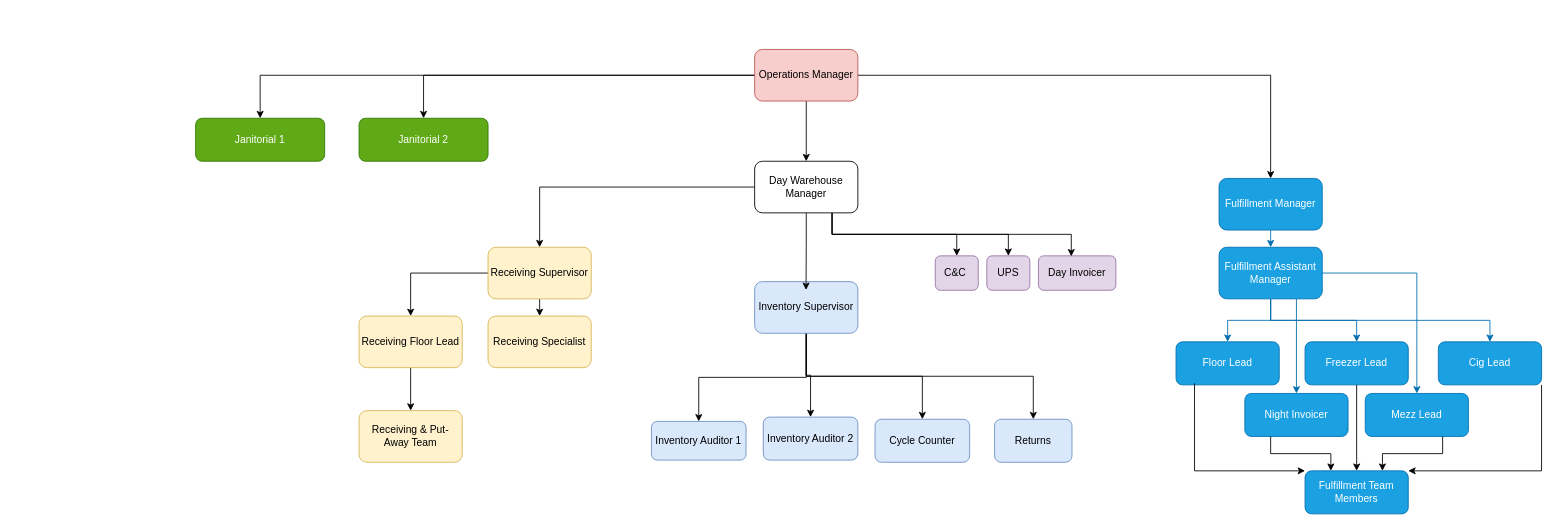
Above: page "MT WH" (3 of 3) of Untitled Diagram.drawio in GpBrenden/MyCharts (draw.io), before the change. Source tidied: cells renumbered, new cells numbered last; positions are measured from the earlier drawing's top-left corner, leaving out a move shared by most shapes. Both pictures are drawn from the tidied source at 86%, with x=0, y=0 at pixel (195, 49).
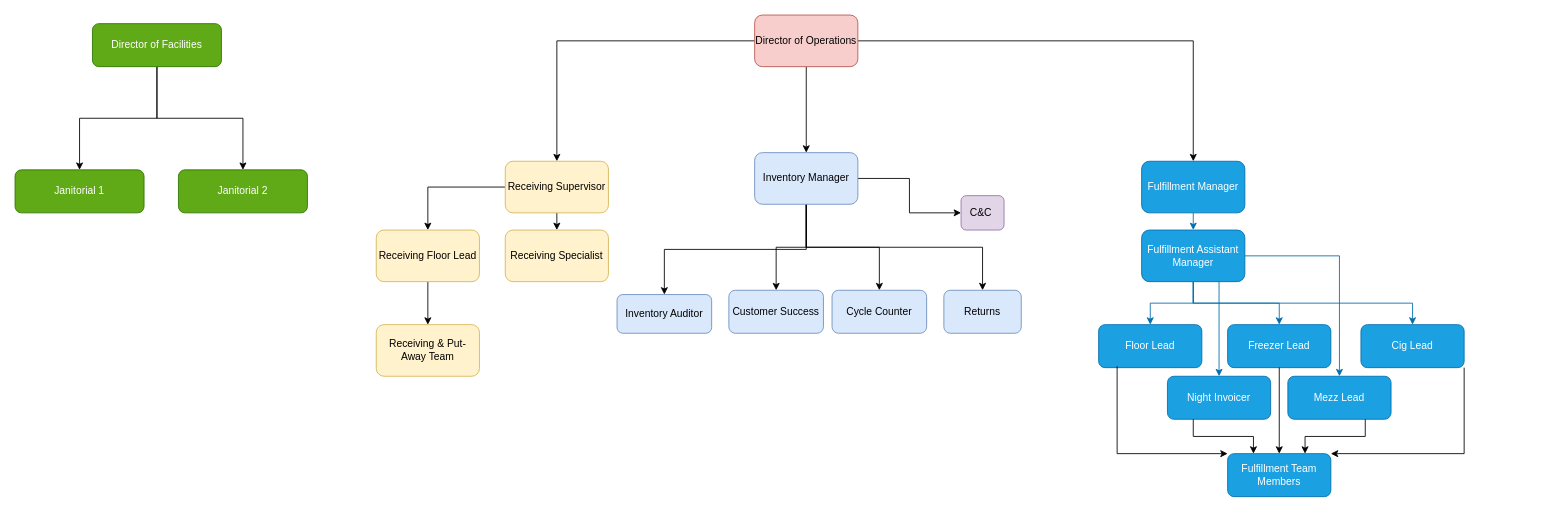
After the change.

Diff of the diagram source:
```diff
@@
-    <mxCell id="2" style="edgeStyle=orthogonalEdgeStyle;rounded=0;jettySize=auto;html=1;exitX=0.5;exitY=1;exitDx=0;exitDy=0;entryX=0.5;entryY=0;entryDx=0;entryDy=0;" parent="1" edge="1" source="6" target="10">
-      <mxGeometry relative="1" as="geometry" />
-    </mxCell>
@@
-    <mxCell id="4" style="edgeStyle=orthogonalEdgeStyle;rounded=0;jettySize=auto;html=1;exitX=0;exitY=0.5;exitDx=0;exitDy=0;" parent="1" edge="1" source="6" target="33">
-      <mxGeometry relative="1" as="geometry" />
-    </mxCell>
-    <mxCell id="5" style="edgeStyle=orthogonalEdgeStyle;rounded=0;jettySize=auto;html=1;exitX=0;exitY=0.5;exitDx=0;exitDy=0;" parent="1" edge="1" source="6" target="45">
-      <mxGeometry relative="1" as="geometry" />
-    </mxCell>
+    <mxCell id="53" style="edgeStyle=orthogonalEdgeStyle;rounded=0;jettySize=auto;html=1;exitX=0;exitY=0.5;exitDx=0;exitDy=0;" parent="1" edge="1" source="6" target="13">
+      <mxGeometry relative="1" as="geometry" />
+    </mxCell>
+    <mxCell id="54" style="edgeStyle=orthogonalEdgeStyle;rounded=0;jettySize=auto;html=1;exitX=0.5;exitY=1;exitDx=0;exitDy=0;entryX=0.5;entryY=0;entryDx=0;entryDy=0;" parent="1" edge="1" source="6" target="18">
+      <mxGeometry relative="1" as="geometry" />
+    </mxCell>
-    <mxCell id="6" value="Operations Manager" style="rounded=1;whiteSpace=wrap;html=1;fillColor=#f8cecc;strokeColor=#b85450;" parent="1" vertex="1">
-      <mxGeometry x="650" width="120" height="60" as="geometry" />
+    <mxCell id="6" value="Director of Operations" style="rounded=1;whiteSpace=wrap;html=1;fillColor=#f8cecc;strokeColor=#b85450;" parent="1" vertex="1">
+      <mxGeometry x="650" y="-40" width="120" height="60" as="geometry" />
     </mxCell>
-    <mxCell id="7" style="edgeStyle=orthogonalEdgeStyle;rounded=0;jettySize=auto;html=1;exitX=0;exitY=0.5;exitDx=0;exitDy=0;entryX=0.5;entryY=0;entryDx=0;entryDy=0;" parent="1" edge="1" source="10" target="13">
-      <mxGeometry relative="1" as="geometry" />
-    </mxCell>
-    <mxCell id="8" style="edgeStyle=orthogonalEdgeStyle;rounded=0;jettySize=auto;html=1;exitX=0.75;exitY=1;exitDx=0;exitDy=0;entryX=0.5;entryY=0;entryDx=0;entryDy=0;" parent="1" edge="1" source="10" target="30">
-      <mxGeometry relative="1" as="geometry" />
-    </mxCell>
-    <mxCell id="9" style="edgeStyle=orthogonalEdgeStyle;rounded=0;jettySize=auto;html=1;exitX=0.75;exitY=1;exitDx=0;exitDy=0;entryX=0.5;entryY=0;entryDx=0;entryDy=0;" parent="1" edge="1" source="10" target="19">
-      <mxGeometry relative="1" as="geometry" />
-    </mxCell>
-    <mxCell id="10" value="Day Warehouse Manager" style="rounded=1;whiteSpace=wrap;html=1;" parent="1" vertex="1">
-      <mxGeometry x="650" y="130" width="120" height="60" as="geometry" />
-    </mxCell>
@@
     <mxCell id="13" value="Receiving Supervisor" style="rounded=1;whiteSpace=wrap;html=1;fillColor=#fff2cc;strokeColor=#d6b656;" parent="1" vertex="1">
-      <mxGeometry x="340" y="230" width="120" height="60" as="geometry" />
+      <mxGeometry x="360" y="130" width="120" height="60" as="geometry" />
     </mxCell>
+    <mxCell id="17" style="edgeStyle=orthogonalEdgeStyle;rounded=0;jettySize=auto;html=1;exitX=0.5;exitY=1;exitDx=0;exitDy=0;entryX=0.5;entryY=0;entryDx=0;entryDy=0;" parent="1" edge="1" source="18" target="26">
+      <mxGeometry relative="1" as="geometry" />
+    </mxCell>
+    <mxCell id="55" style="edgeStyle=orthogonalEdgeStyle;rounded=0;jettySize=auto;html=1;exitX=0.5;exitY=1;exitDx=0;exitDy=0;entryX=0.5;entryY=0;entryDx=0;entryDy=0;" parent="1" edge="1" source="18" target="60">
+      <mxGeometry relative="1" as="geometry" />
+    </mxCell>
+    <mxCell id="15" style="edgeStyle=orthogonalEdgeStyle;rounded=0;jettySize=auto;html=1;exitX=0.5;exitY=1;exitDx=0;exitDy=0;entryX=0.5;entryY=0;entryDx=0;entryDy=0;" parent="1" edge="1" source="18" target="28">
+      <mxGeometry relative="1" as="geometry" />
+    </mxCell>
@@
-    <mxCell id="15" style="edgeStyle=orthogonalEdgeStyle;rounded=0;jettySize=auto;html=1;exitX=0.5;exitY=1;exitDx=0;exitDy=0;entryX=0.5;entryY=0;entryDx=0;entryDy=0;" parent="1" edge="1" source="18" target="28">
-      <mxGeometry relative="1" as="geometry" />
-    </mxCell>
-    <mxCell id="16" style="edgeStyle=orthogonalEdgeStyle;rounded=0;jettySize=auto;html=1;exitX=0.5;exitY=1;exitDx=0;exitDy=0;entryX=0.5;entryY=0;entryDx=0;entryDy=0;" parent="1" edge="1" source="18" target="27">
-      <mxGeometry relative="1" as="geometry" />
-    </mxCell>
-    <mxCell id="17" style="edgeStyle=orthogonalEdgeStyle;rounded=0;jettySize=auto;html=1;exitX=0.5;exitY=1;exitDx=0;exitDy=0;entryX=0.5;entryY=0;entryDx=0;entryDy=0;" parent="1" edge="1" source="18" target="26">
-      <mxGeometry relative="1" as="geometry" />
-    </mxCell>
+    <mxCell id="56" style="edgeStyle=orthogonalEdgeStyle;rounded=0;jettySize=auto;html=1;exitX=1;exitY=0.5;exitDx=0;exitDy=0;entryX=0;entryY=0.5;entryDx=0;entryDy=0;" parent="1" edge="1" source="18" target="19">
+      <mxGeometry relative="1" as="geometry" />
+    </mxCell>
-    <mxCell id="18" value="Inventory Supervisor" style="rounded=1;whiteSpace=wrap;html=1;fillColor=#dae8fc;strokeColor=#6c8ebf;" parent="1" vertex="1">
-      <mxGeometry x="650" y="270" width="120" height="60" as="geometry" />
+    <mxCell id="18" value="Inventory Manager" style="rounded=1;whiteSpace=wrap;html=1;fillColor=#dae8fc;strokeColor=#6c8ebf;" parent="1" vertex="1">
+      <mxGeometry x="650" y="120" width="120" height="60" as="geometry" />
     </mxCell>
     <mxCell id="19" value="C&amp;amp;C&amp;nbsp;" style="rounded=1;whiteSpace=wrap;html=1;fillColor=#e1d5e7;strokeColor=#9673a6;" parent="1" vertex="1">
-      <mxGeometry x="860" y="240" width="50" height="40" as="geometry" />
+      <mxGeometry x="890" y="170" width="50" height="40" as="geometry" />
     </mxCell>
@@
     <mxCell id="21" value="Fulfillment Manager" style="rounded=1;whiteSpace=wrap;html=1;fillColor=#1ba1e2;fontColor=#ffffff;strokeColor=#006EAF;" parent="1" vertex="1">
-      <mxGeometry x="1190" y="150" width="120" height="60" as="geometry" />
+      <mxGeometry x="1100" y="130" width="120" height="60" as="geometry" />
     </mxCell>
@@
     <mxCell id="23" value="Receiving Floor Lead" style="rounded=1;whiteSpace=wrap;html=1;fillColor=#fff2cc;strokeColor=#d6b656;" parent="1" vertex="1">
-      <mxGeometry x="190" y="310" width="120" height="60" as="geometry" />
+      <mxGeometry x="210" y="210" width="120" height="60" as="geometry" />
     </mxCell>
     <mxCell id="24" value="Receiving Specialist" style="rounded=1;whiteSpace=wrap;html=1;fillColor=#fff2cc;strokeColor=#d6b656;" parent="1" vertex="1">
-      <mxGeometry x="340" y="310" width="120" height="60" as="geometry" />
+      <mxGeometry x="360" y="210" width="120" height="60" as="geometry" />
     </mxCell>
     <mxCell id="25" value="Receiving &amp;amp; Put-Away Team" style="rounded=1;whiteSpace=wrap;html=1;fillColor=#fff2cc;strokeColor=#d6b656;" parent="1" vertex="1">
-      <mxGeometry x="190" y="420" width="120" height="60" as="geometry" />
+      <mxGeometry x="210" y="320" width="120" height="60" as="geometry" />
     </mxCell>
-    <mxCell id="26" value="Inventory Auditor 1" style="rounded=1;whiteSpace=wrap;html=1;fillColor=#dae8fc;strokeColor=#6c8ebf;" parent="1" vertex="1">
-      <mxGeometry x="530" y="432.5" width="110" height="45" as="geometry" />
+    <mxCell id="26" value="Inventory Auditor" style="rounded=1;whiteSpace=wrap;html=1;fillColor=#dae8fc;strokeColor=#6c8ebf;" parent="1" vertex="1">
+      <mxGeometry x="490" y="285" width="110" height="45" as="geometry" />
     </mxCell>
-    <mxCell id="27" value="Inventory Auditor 2" style="rounded=1;whiteSpace=wrap;html=1;fillColor=#dae8fc;strokeColor=#6c8ebf;" parent="1" vertex="1">
-      <mxGeometry x="660" y="427.5" width="110" height="50" as="geometry" />
-    </mxCell>
     <mxCell id="28" value="Cycle Counter" style="rounded=1;whiteSpace=wrap;html=1;fillColor=#dae8fc;strokeColor=#6c8ebf;" parent="1" vertex="1">
-      <mxGeometry x="790" y="430" width="110" height="50" as="geometry" />
+      <mxGeometry x="740" y="280" width="110" height="50" as="geometry" />
     </mxCell>
     <mxCell id="29" value="Returns" style="rounded=1;whiteSpace=wrap;html=1;fillColor=#dae8fc;strokeColor=#6c8ebf;" parent="1" vertex="1">
-      <mxGeometry x="929" y="430" width="90" height="50" as="geometry" />
+      <mxGeometry x="870" y="280" width="90" height="50" as="geometry" />
     </mxCell>
-    <mxCell id="30" value="UPS" style="rounded=1;whiteSpace=wrap;html=1;fillColor=#e1d5e7;strokeColor=#9673a6;" parent="1" vertex="1">
-      <mxGeometry x="920" y="240" width="50" height="40" as="geometry" />
-    </mxCell>
-    <mxCell id="31" value="Day Invoicer" style="rounded=1;whiteSpace=wrap;html=1;fillColor=#e1d5e7;strokeColor=#9673a6;" parent="1" vertex="1">
-      <mxGeometry x="980" y="240" width="90" height="40" as="geometry" />
-    </mxCell>
-    <mxCell id="32" style="edgeStyle=orthogonalEdgeStyle;rounded=0;jettySize=auto;html=1;exitX=0.75;exitY=1;exitDx=0;exitDy=0;entryX=0.424;entryY=0.015;entryDx=0;entryDy=0;entryPerimeter=0;" parent="1" edge="1" source="10" target="31">
-      <mxGeometry relative="1" as="geometry" />
-    </mxCell>
     <mxCell id="33" value="Janitorial 1" style="rounded=1;whiteSpace=wrap;html=1;fillColor=#60a917;fontColor=#ffffff;strokeColor=#2D7600;" parent="1" vertex="1">
-      <mxGeometry y="80" width="150" height="50" as="geometry" />
+      <mxGeometry x="-210" y="140" width="150" height="50" as="geometry" />
     </mxCell>
@@
     <mxCell id="39" value="Fulfillment Assistant Manager" style="rounded=1;whiteSpace=wrap;html=1;fillColor=#1ba1e2;fontColor=#ffffff;strokeColor=#006EAF;" parent="1" vertex="1">
-      <mxGeometry x="1190" y="230" width="120" height="60" as="geometry" />
+      <mxGeometry x="1100" y="210" width="120" height="60" as="geometry" />
     </mxCell>
     <mxCell id="40" value="Freezer Lead" style="rounded=1;whiteSpace=wrap;html=1;fillColor=#1ba1e2;fontColor=#ffffff;strokeColor=#006EAF;" parent="1" vertex="1">
-      <mxGeometry x="1290" y="340" width="120" height="50" as="geometry" />
+      <mxGeometry x="1200" y="320" width="120" height="50" as="geometry" />
     </mxCell>
     <mxCell id="41" value="Night Invoicer" style="rounded=1;whiteSpace=wrap;html=1;fillColor=#1ba1e2;fontColor=#ffffff;strokeColor=#006EAF;" parent="1" vertex="1">
-      <mxGeometry x="1220" y="400" width="120" height="50" as="geometry" />
+      <mxGeometry x="1130" y="380" width="120" height="50" as="geometry" />
     </mxCell>
     <mxCell id="42" value="Cig Lead" style="rounded=1;whiteSpace=wrap;html=1;fillColor=#1ba1e2;fontColor=#ffffff;strokeColor=#006EAF;" parent="1" vertex="1">
-      <mxGeometry x="1445" y="340" width="120" height="50" as="geometry" />
+      <mxGeometry x="1355" y="320" width="120" height="50" as="geometry" />
     </mxCell>
     <mxCell id="43" value="Floor Lead" style="rounded=1;whiteSpace=wrap;html=1;fillColor=#1ba1e2;fontColor=#ffffff;strokeColor=#006EAF;" parent="1" vertex="1">
-      <mxGeometry x="1140" y="340" width="120" height="50" as="geometry" />
+      <mxGeometry x="1050" y="320" width="120" height="50" as="geometry" />
     </mxCell>
     <mxCell id="44" value="Mezz Lead" style="rounded=1;whiteSpace=wrap;html=1;fillColor=#1ba1e2;fontColor=#ffffff;strokeColor=#006EAF;" parent="1" vertex="1">
-      <mxGeometry x="1360" y="400" width="120" height="50" as="geometry" />
+      <mxGeometry x="1270" y="380" width="120" height="50" as="geometry" />
     </mxCell>
     <mxCell id="45" value="Janitorial 2" style="rounded=1;whiteSpace=wrap;html=1;fillColor=#60a917;fontColor=#ffffff;strokeColor=#2D7600;" parent="1" vertex="1">
-      <mxGeometry x="190" y="80" width="150" height="50" as="geometry" />
+      <mxGeometry x="-20" y="140" width="150" height="50" as="geometry" />
     </mxCell>
-    <mxCell id="46" style="edgeStyle=orthogonalEdgeStyle;rounded=0;jettySize=auto;html=1;exitX=0.5;exitY=1;exitDx=0;exitDy=0;entryX=0.498;entryY=0.16;entryDx=0;entryDy=0;entryPerimeter=0;" parent="1" edge="1" source="10" target="18">
-      <mxGeometry relative="1" as="geometry" />
-    </mxCell>
     <mxCell id="47" style="edgeStyle=orthogonalEdgeStyle;rounded=0;jettySize=auto;html=1;exitX=1;exitY=0;exitDx=0;exitDy=0;entryX=1;entryY=1;entryDx=0;entryDy=0;startArrow=classic;startFill=1;endArrow=none;endFill=0;" parent="1" edge="1" source="51" target="42">
       <mxGeometry relative="1" as="geometry">
         <Array as="points">
-          <mxPoint x="1565" y="490" />
+          <mxPoint x="1475" y="470" />
         </Array>
       </mxGeometry>
     </mxCell>
@@
     <mxCell id="51" value="Fulfillment Team Members" style="rounded=1;whiteSpace=wrap;html=1;fillColor=#1ba1e2;fontColor=#ffffff;strokeColor=#006EAF;" parent="1" vertex="1">
-      <mxGeometry x="1290" y="490" width="120" height="50" as="geometry" />
+      <mxGeometry x="1200" y="470" width="120" height="50" as="geometry" />
     </mxCell>
     <mxCell id="52" style="edgeStyle=orthogonalEdgeStyle;rounded=0;jettySize=auto;html=1;exitX=0;exitY=0;exitDx=0;exitDy=0;entryX=0.179;entryY=0.968;entryDx=0;entryDy=0;entryPerimeter=0;endArrow=none;endFill=0;startArrow=classic;startFill=1;" parent="1" edge="1" source="51" target="43">
       <mxGeometry relative="1" as="geometry">
         <Array as="points">
-          <mxPoint x="1161" y="490" />
+          <mxPoint x="1071" y="470" />
         </Array>
       </mxGeometry>
     </mxCell>
+    <mxCell id="57" style="edgeStyle=orthogonalEdgeStyle;rounded=0;jettySize=auto;html=1;exitX=0.5;exitY=1;exitDx=0;exitDy=0;entryX=0.5;entryY=0;entryDx=0;entryDy=0;" parent="1" edge="1" source="59" target="33">
+      <mxGeometry relative="1" as="geometry" />
+    </mxCell>
+    <mxCell id="58" style="edgeStyle=orthogonalEdgeStyle;rounded=0;jettySize=auto;html=1;exitX=0.5;exitY=1;exitDx=0;exitDy=0;entryX=0.5;entryY=0;entryDx=0;entryDy=0;" parent="1" edge="1" source="59" target="45">
+      <mxGeometry relative="1" as="geometry" />
+    </mxCell>
+    <mxCell id="59" value="Director of Facilities" style="rounded=1;whiteSpace=wrap;html=1;fillColor=#60a917;fontColor=#ffffff;strokeColor=#2D7600;" parent="1" vertex="1">
+      <mxGeometry x="-120" y="-30" width="150" height="50" as="geometry" />
+    </mxCell>
+    <mxCell id="60" value="Customer Success" style="rounded=1;whiteSpace=wrap;html=1;fillColor=#dae8fc;strokeColor=#6c8ebf;" parent="1" vertex="1">
+      <mxGeometry x="620" y="280" width="110" height="50" as="geometry" />
+    </mxCell>
```
